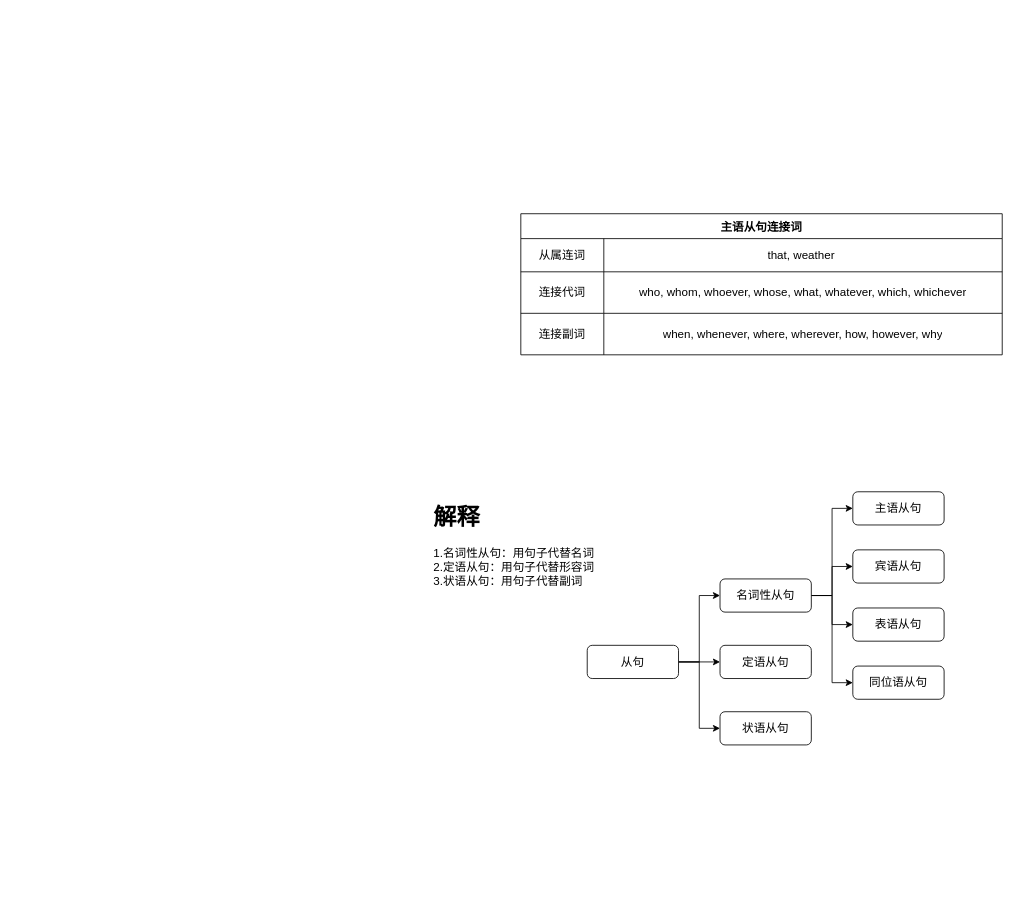
Above: learning english Diagram.drawio in ClarkArden/drawio_repository (draw.io), before the change. Source tidied: cells renumbered, new cells numbered last; positions are measured from the earlier drawing's top-left corner, leaving out a move shared by most shapes. Both pictures are drawn from the tidied source at 83%, with x=0, y=0 at pixel (429, 213).
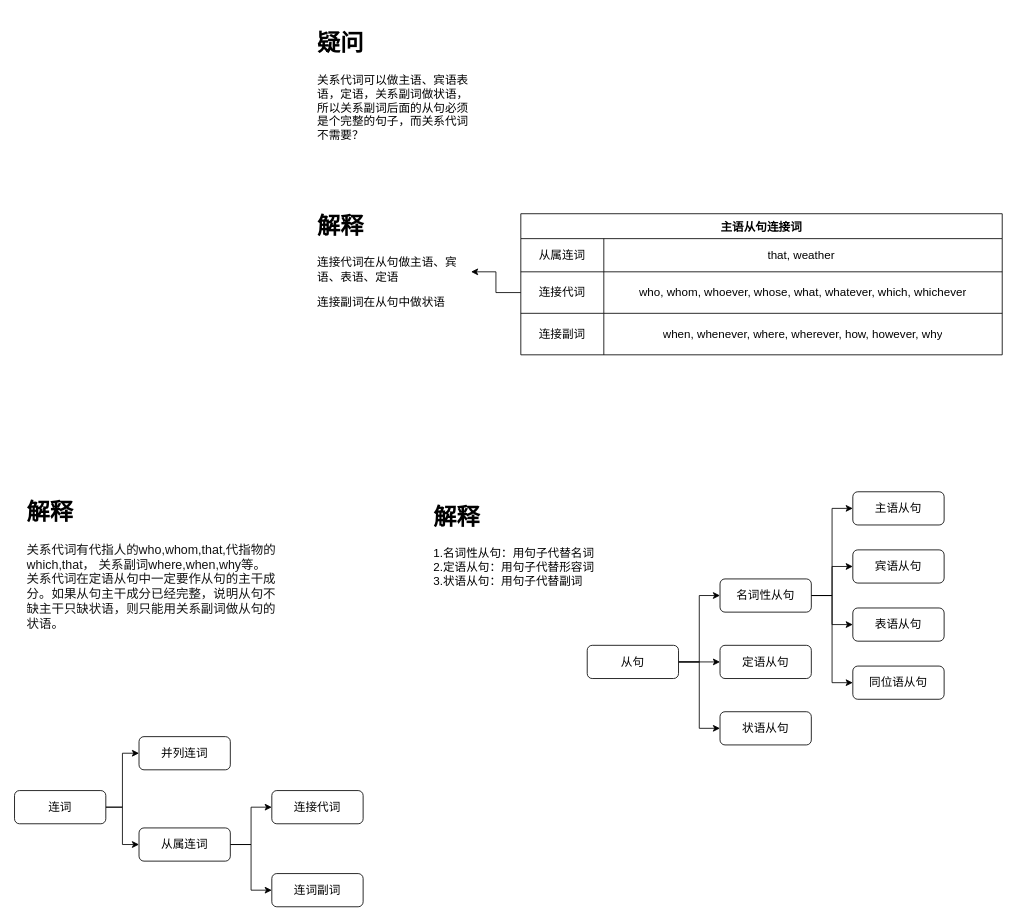
The same page after the edit.

The change refers to these unchanged cells:
```xml
<mxCell id="22" style="shape=partialRectangle;html=1;whiteSpace=wrap;fillColor=none;top=0;left=0;bottom=0;right=0;points=[[0,0.5],[1,0.5]];portConstraint=eastwest;fontSize=14;" parent="18" vertex="1">
  <mxGeometry y="70" width="580" height="50" as="geometry" />
</mxCell>
```

Change to the diagram source:
```diff
@@
+    <mxCell id="28" value="&lt;h1&gt;解释&lt;/h1&gt;&lt;p&gt;连接代词在从句做主语、宾语、表语、定语&lt;/p&gt;&lt;p&gt;连接副词在从句中做状语&lt;/p&gt;" style="text;html=1;strokeColor=none;fillColor=none;spacing=5;spacingTop=-20;whiteSpace=wrap;overflow=hidden;rounded=0;fontSize=14;" parent="1" vertex="1">
+      <mxGeometry x="-140" y="-10" width="190" height="160" as="geometry" />
+    </mxCell>
+    <mxCell id="29" style="edgeStyle=orthogonalEdgeStyle;rounded=0;jettySize=auto;html=1;fontSize=14;" parent="1" edge="1" source="22" target="28">
+      <mxGeometry relative="1" as="geometry" />
+    </mxCell>
+    <mxCell id="30" value="&lt;h1&gt;疑问&lt;/h1&gt;&lt;p&gt;关系代词可以做主语、宾语表语，定语，关系副词做状语，所以关系副词后面的从句必须是个完整的句子，而关系代词不需要？&lt;/p&gt;" style="text;html=1;strokeColor=none;fillColor=none;spacing=5;spacingTop=-20;whiteSpace=wrap;overflow=hidden;rounded=0;fontSize=14;" parent="1" vertex="1">
+      <mxGeometry x="-140" y="-230" width="190" height="160" as="geometry" />
+    </mxCell>
+    <mxCell id="31" style="edgeStyle=orthogonalEdgeStyle;rounded=0;jettySize=auto;html=1;entryX=0;entryY=0.5;entryDx=0;entryDy=0;fontSize=14;" parent="1" edge="1" source="33" target="37">
+      <mxGeometry relative="1" as="geometry" />
+    </mxCell>
+    <mxCell id="32" style="edgeStyle=orthogonalEdgeStyle;rounded=0;jettySize=auto;html=1;entryX=0;entryY=0.5;entryDx=0;entryDy=0;fontSize=14;" parent="1" edge="1" source="33" target="36">
+      <mxGeometry relative="1" as="geometry" />
+    </mxCell>
+    <mxCell id="33" value="&lt;span style=&quot;font-size: 14px&quot;&gt;连词&lt;/span&gt;" style="rounded=1;whiteSpace=wrap;html=1;" parent="1" vertex="1">
+      <mxGeometry x="-500" y="695" width="110" height="40" as="geometry" />
+    </mxCell>
+    <mxCell id="34" style="edgeStyle=orthogonalEdgeStyle;rounded=0;jettySize=auto;html=1;entryX=0;entryY=0.5;entryDx=0;entryDy=0;fontSize=14;" parent="1" edge="1" source="36" target="38">
+      <mxGeometry relative="1" as="geometry" />
+    </mxCell>
+    <mxCell id="35" style="edgeStyle=orthogonalEdgeStyle;rounded=0;jettySize=auto;html=1;entryX=0;entryY=0.5;entryDx=0;entryDy=0;fontSize=14;" parent="1" edge="1" source="36" target="39">
+      <mxGeometry relative="1" as="geometry" />
+    </mxCell>
+    <mxCell id="36" value="&lt;span style=&quot;font-size: 14px&quot;&gt;从属连词&lt;/span&gt;" style="rounded=1;whiteSpace=wrap;html=1;" parent="1" vertex="1">
+      <mxGeometry x="-350" y="740" width="110" height="40" as="geometry" />
+    </mxCell>
+    <mxCell id="37" value="&lt;span style=&quot;font-size: 14px&quot;&gt;并列连词&lt;/span&gt;" style="rounded=1;whiteSpace=wrap;html=1;" parent="1" vertex="1">
+      <mxGeometry x="-350" y="630" width="110" height="40" as="geometry" />
+    </mxCell>
+    <mxCell id="38" value="&lt;span style=&quot;font-size: 14px&quot;&gt;连接代词&lt;/span&gt;" style="rounded=1;whiteSpace=wrap;html=1;" parent="1" vertex="1">
+      <mxGeometry x="-190" y="695" width="110" height="40" as="geometry" />
+    </mxCell>
+    <mxCell id="39" value="&lt;span style=&quot;font-size: 14px&quot;&gt;连词副词&lt;/span&gt;" style="rounded=1;whiteSpace=wrap;html=1;" parent="1" vertex="1">
+      <mxGeometry x="-190" y="795" width="110" height="40" as="geometry" />
+    </mxCell>
+    <mxCell id="40" value="&lt;h1&gt;解释&lt;/h1&gt;&lt;p&gt;&lt;span style=&quot;color: rgb(18 , 18 , 18) ; font-family: , &amp;#34;blinkmacsystemfont&amp;#34; , &amp;#34;helvetica neue&amp;#34; , &amp;#34;pingfang sc&amp;#34; , &amp;#34;microsoft yahei&amp;#34; , &amp;#34;source han sans sc&amp;#34; , &amp;#34;noto sans cjk sc&amp;#34; , &amp;#34;wenquanyi micro hei&amp;#34; , sans-serif ; font-size: 15px ; background-color: rgb(255 , 255 , 255)&quot;&gt;关系代词有代指人的who,whom,that,代指物的which,that， 关系副词where,when,why等。关系代词在定语从句中一定要作从句的主干成分。如果从句主干成分已经完整，说明从句不缺主干只缺状语，则只能用关系副词做从句的状语。&lt;/span&gt;&lt;br&gt;&lt;/p&gt;" style="text;html=1;strokeColor=none;fillColor=none;spacing=5;spacingTop=-20;whiteSpace=wrap;overflow=hidden;rounded=0;fontSize=14;" parent="1" vertex="1">
+      <mxGeometry x="-490" y="335" width="310" height="175" as="geometry" />
+    </mxCell>
```
